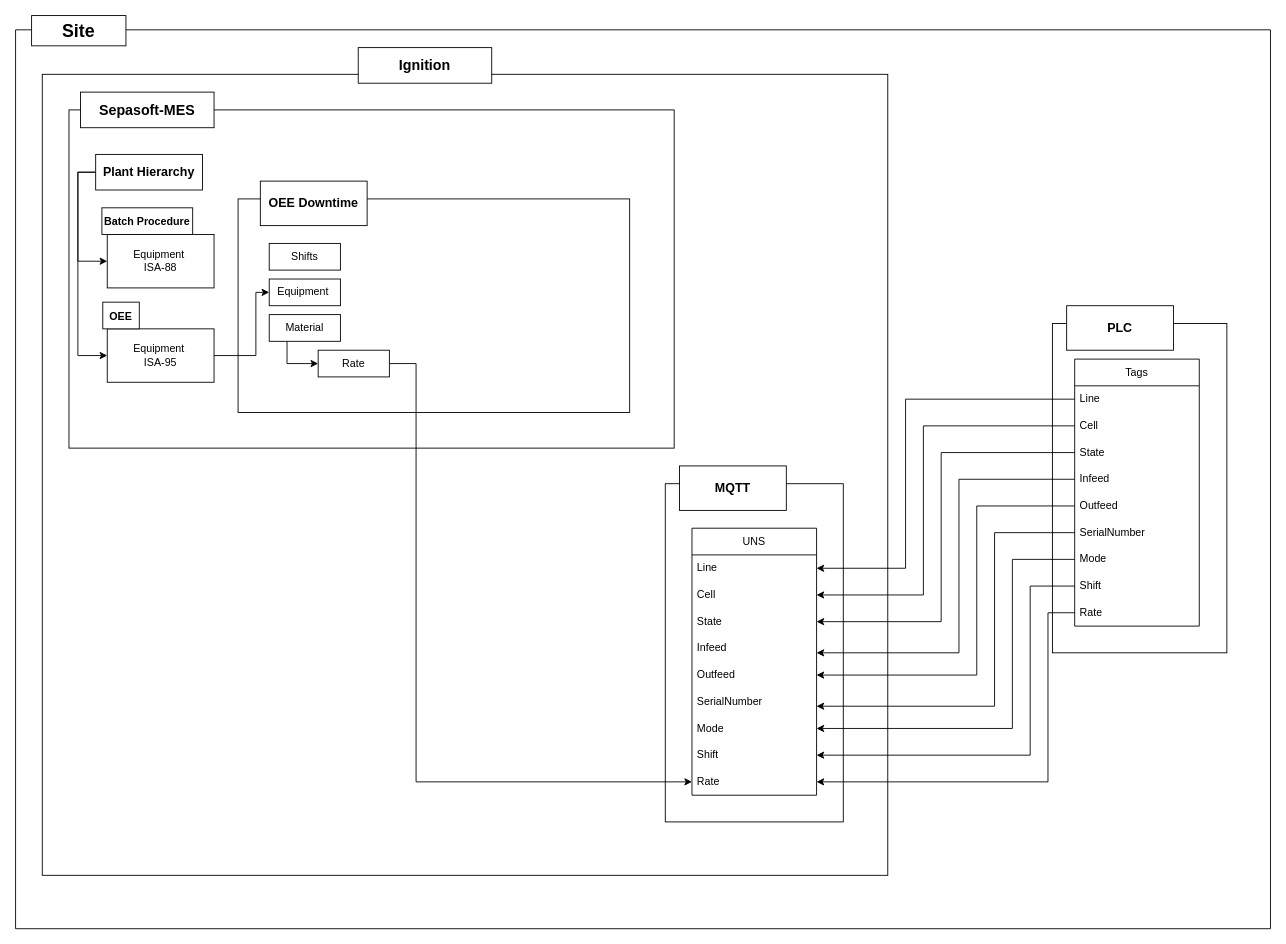
IlScottlI/docs keeps this draw.io diagram as page "OEE Data Flow - MQTT" (1 of 3) of OEE Data Flow.drawio. Above is the earlier version. Source tidied: cells renumbered, new cells numbered last; positions are measured from the earlier drawing's top-left corner, leaving out a move shared by most shapes. Both pictures are drawn from the tidied source at 89%, with x=0, y=0 at pixel (15, 15).
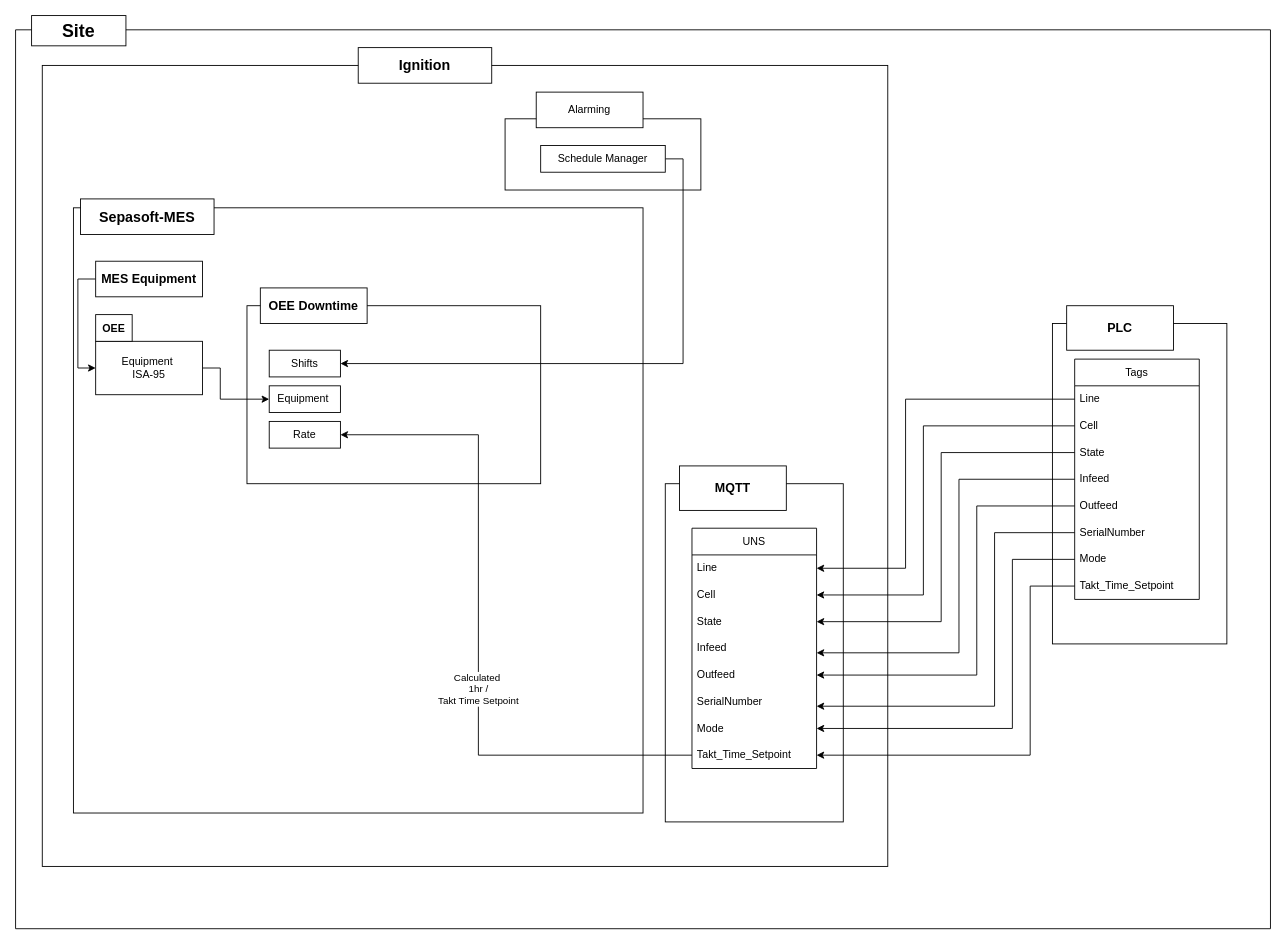
After the change.

The change refers to these unchanged cells:
```xml
<mxCell id="2" style="swimlane;startSize=0;" parent="1" vertex="1">
  <mxGeometry y="16" width="1410" height="1010" as="geometry" />
</mxCell>
```

Diff of the diagram source:
```diff
@@
     <mxCell id="3" style="rounded=0;whiteSpace=wrap;html=1;" parent="2" vertex="1">
-      <mxGeometry x="30" y="50" width="950" height="900" as="geometry" />
+      <mxGeometry x="30" y="40" width="950" height="900" as="geometry" />
     </mxCell>
     <mxCell id="4" style="rounded=0;whiteSpace=wrap;html=1;" parent="2" vertex="1">
-      <mxGeometry x="60" y="90" width="680" height="380" as="geometry" />
+      <mxGeometry x="65" y="200" width="640" height="680" as="geometry" />
     </mxCell>
     <mxCell id="5" value="Sepasoft-MES" style="rounded=0;whiteSpace=wrap;html=1;fontStyle=1;fontSize=16;" parent="2" vertex="1">
-      <mxGeometry x="73" y="70" width="150" height="40" as="geometry" />
+      <mxGeometry x="73" y="190" width="150" height="40" as="geometry" />
     </mxCell>
     <mxCell id="6" style="rounded=0;whiteSpace=wrap;html=1;" parent="2" vertex="1">
-      <mxGeometry x="250" y="190" width="440" height="240" as="geometry" />
+      <mxGeometry x="260" y="310" width="330" height="200" as="geometry" />
     </mxCell>
-    <mxCell id="7" value="&lt;font style=&quot;font-size: 12px;&quot;&gt;Batch Procedure&lt;/font&gt;" style="rounded=0;whiteSpace=wrap;html=1;fontStyle=1;fontSize=14;" parent="2" vertex="1">
-      <mxGeometry x="97" y="200" width="102" height="30" as="geometry" />
-    </mxCell>
@@
-    <mxCell id="9" style="edgeStyle=orthogonalEdgeStyle;rounded=0;jettySize=auto;html=1;exitX=0;exitY=0.5;exitDx=0;exitDy=0;entryX=0;entryY=0.5;entryDx=0;entryDy=0;" parent="2" edge="1" source="11" target="16">
-      <mxGeometry relative="1" as="geometry" />
-    </mxCell>
@@
-    <mxCell id="11" value="Plant Hierarchy" style="rounded=0;whiteSpace=wrap;html=1;fontStyle=1;fontSize=14;" parent="2" vertex="1">
-      <mxGeometry x="90" y="140" width="120" height="40" as="geometry" />
+    <mxCell id="11" value="MES Equipment" style="rounded=0;whiteSpace=wrap;html=1;fontStyle=1;fontSize=14;" parent="2" vertex="1">
+      <mxGeometry x="90" y="260" width="120" height="40" as="geometry" />
     </mxCell>
-    <mxCell id="12" style="edgeStyle=orthogonalEdgeStyle;rounded=0;jettySize=auto;html=1;exitX=0.25;exitY=1;exitDx=0;exitDy=0;entryX=0;entryY=0.5;entryDx=0;entryDy=0;" parent="2" edge="1" source="13" target="51">
-      <mxGeometry relative="1" as="geometry" />
-    </mxCell>
-    <mxCell id="13" value="Material" style="rounded=0;whiteSpace=wrap;html=1;" parent="2" vertex="1">
-      <mxGeometry x="285" y="320" width="80" height="30" as="geometry" />
-    </mxCell>
     <mxCell id="14" style="edgeStyle=orthogonalEdgeStyle;rounded=0;jettySize=auto;html=1;exitX=1;exitY=0.5;exitDx=0;exitDy=0;entryX=0;entryY=0.5;entryDx=0;entryDy=0;" parent="2" edge="1" source="15" target="18">
       <mxGeometry relative="1" as="geometry">
         <Array as="points">
-          <mxPoint x="270" y="366" />
-          <mxPoint x="270" y="295" />
+          <mxPoint x="230" y="380" />
+          <mxPoint x="230" y="415" />
         </Array>
       </mxGeometry>
     </mxCell>
     <mxCell id="15" value="Equipment&amp;nbsp;&lt;br&gt;ISA-95" style="rounded=0;whiteSpace=wrap;html=1;" parent="2" vertex="1">
-      <mxGeometry x="103" y="336" width="120" height="60" as="geometry" />
+      <mxGeometry x="90" y="350" width="120" height="60" as="geometry" />
     </mxCell>
-    <mxCell id="16" value="Equipment&amp;nbsp;&lt;br&gt;ISA-88" style="rounded=0;whiteSpace=wrap;html=1;" parent="2" vertex="1">
-      <mxGeometry x="103" y="230" width="120" height="60" as="geometry" />
-    </mxCell>
     <mxCell id="17" value="&lt;font style=&quot;font-size: 12px;&quot;&gt;OEE&lt;/font&gt;" style="rounded=0;whiteSpace=wrap;html=1;fontStyle=1;fontSize=14;" parent="2" vertex="1">
-      <mxGeometry x="98" y="306" width="41" height="30" as="geometry" />
+      <mxGeometry x="90" y="320" width="41" height="30" as="geometry" />
     </mxCell>
     <mxCell id="18" value="Equipment&amp;nbsp;" style="rounded=0;whiteSpace=wrap;html=1;" parent="2" vertex="1">
-      <mxGeometry x="285" y="280" width="80" height="30" as="geometry" />
+      <mxGeometry x="285" y="400" width="80" height="30" as="geometry" />
     </mxCell>
     <mxCell id="19" value="Shifts" style="rounded=0;whiteSpace=wrap;html=1;" parent="2" vertex="1">
-      <mxGeometry x="285" y="240" width="80" height="30" as="geometry" />
+      <mxGeometry x="285" y="360" width="80" height="30" as="geometry" />
     </mxCell>
     <mxCell id="20" value="OEE Downtime" style="rounded=0;whiteSpace=wrap;html=1;fontSize=14;fontStyle=1;" parent="2" vertex="1">
-      <mxGeometry x="275" y="170" width="120" height="50" as="geometry" />
+      <mxGeometry x="275" y="290" width="120" height="40" as="geometry" />
     </mxCell>
     <mxCell id="21" style="rounded=0;whiteSpace=wrap;html=1;" parent="2" vertex="1">
-      <mxGeometry x="1165" y="330" width="196" height="370" as="geometry" />
+      <mxGeometry x="1165" y="330" width="196" height="360" as="geometry" />
     </mxCell>
@@
     <mxCell id="24" value="UNS" style="swimlane;fontStyle=0;horizontal=1;startSize=30;whiteSpace=wrap;html=1;" parent="2" vertex="1">
-      <mxGeometry x="760" y="560" width="140" height="300" as="geometry" />
+      <mxGeometry x="760" y="560" width="140" height="270" as="geometry" />
     </mxCell>
@@
-    <mxCell id="32" value="Shift" style="text;strokeColor=none;fillColor=none;align=left;verticalAlign=middle;spacingLeft=4;spacingRight=4;overflow=hidden;points=[[0,0.5],[1,0.5]];portConstraint=eastwest;whiteSpace=wrap;html=1;" parent="24" vertex="1">
-      <mxGeometry y="240" width="140" height="30" as="geometry" />
-    </mxCell>
-    <mxCell id="33" value="Rate" style="text;strokeColor=none;fillColor=none;align=left;verticalAlign=middle;spacingLeft=4;spacingRight=4;overflow=hidden;points=[[0,0.5],[1,0.5]];portConstraint=eastwest;whiteSpace=wrap;html=1;" parent="24" vertex="1">
-      <mxGeometry y="270" width="140" height="30" as="geometry" />
+    <mxCell id="33" value="Takt_Time_Setpoint" style="text;strokeColor=none;fillColor=none;align=left;verticalAlign=middle;spacingLeft=4;spacingRight=4;overflow=hidden;points=[[0,0.5],[1,0.5]];portConstraint=eastwest;whiteSpace=wrap;html=1;" parent="24" vertex="1">
+      <mxGeometry y="240" width="140" height="30" as="geometry" />
     </mxCell>
     <mxCell id="34" value="Tags" style="swimlane;fontStyle=0;horizontal=1;startSize=30;whiteSpace=wrap;html=1;" parent="2" vertex="1">
-      <mxGeometry x="1190" y="370" width="140" height="300" as="geometry" />
+      <mxGeometry x="1190" y="370" width="140" height="270" as="geometry" />
     </mxCell>
@@
-    <mxCell id="43" value="Shift" style="text;strokeColor=none;fillColor=none;align=left;verticalAlign=middle;spacingLeft=4;spacingRight=4;overflow=hidden;points=[[0,0.5],[1,0.5]];portConstraint=eastwest;whiteSpace=wrap;html=1;" parent="34" vertex="1">
-      <mxGeometry y="240" width="140" height="30" as="geometry" />
-    </mxCell>
-    <mxCell id="44" value="Rate" style="text;strokeColor=none;fillColor=none;align=left;verticalAlign=middle;spacingLeft=4;spacingRight=4;overflow=hidden;points=[[0,0.5],[1,0.5]];portConstraint=eastwest;whiteSpace=wrap;html=1;" parent="34" vertex="1">
-      <mxGeometry y="270" width="140" height="30" as="geometry" />
+    <mxCell id="44" value="Takt_Time_Setpoint" style="text;strokeColor=none;fillColor=none;align=left;verticalAlign=middle;spacingLeft=4;spacingRight=4;overflow=hidden;points=[[0,0.5],[1,0.5]];portConstraint=eastwest;whiteSpace=wrap;html=1;" parent="34" vertex="1">
+      <mxGeometry y="240" width="140" height="30" as="geometry" />
     </mxCell>
@@
-    <mxCell id="50" style="edgeStyle=orthogonalEdgeStyle;rounded=0;jettySize=auto;html=1;exitX=1;exitY=0.5;exitDx=0;exitDy=0;entryX=0;entryY=0.5;entryDx=0;entryDy=0;" parent="2" edge="1" source="51" target="33">
-      <mxGeometry relative="1" as="geometry">
-        <Array as="points">
-          <mxPoint x="450" y="375" />
-          <mxPoint x="450" y="845" />
-        </Array>
-      </mxGeometry>
-    </mxCell>
     <mxCell id="51" value="Rate" style="rounded=0;whiteSpace=wrap;html=1;" parent="2" vertex="1">
-      <mxGeometry x="340" y="360" width="80" height="30" as="geometry" />
+      <mxGeometry x="285" y="440" width="80" height="30" as="geometry" />
     </mxCell>
@@
-    <mxCell id="53" style="edgeStyle=orthogonalEdgeStyle;rounded=0;jettySize=auto;html=1;exitX=0;exitY=0.5;exitDx=0;exitDy=0;entryX=1;entryY=0.5;entryDx=0;entryDy=0;" parent="2" edge="1" source="43" target="32">
+    <mxCell id="53" style="edgeStyle=orthogonalEdgeStyle;rounded=0;orthogonalLoop=1;jettySize=auto;html=1;exitX=0;exitY=0.5;exitDx=0;exitDy=0;entryX=1;entryY=0.5;entryDx=0;entryDy=0;" parent="2" edge="1">
       <mxGeometry relative="1" as="geometry">
+        <mxPoint x="1190" y="625" as="sourcePoint" />
+        <mxPoint x="900" y="815" as="targetPoint" />
         <Array as="points">
           <mxPoint x="1140" y="625" />
           <mxPoint x="1140" y="815" />
         </Array>
       </mxGeometry>
     </mxCell>
-    <mxCell id="54" style="edgeStyle=orthogonalEdgeStyle;rounded=0;jettySize=auto;html=1;exitX=0;exitY=0.5;exitDx=0;exitDy=0;entryX=1;entryY=0.5;entryDx=0;entryDy=0;" parent="2" edge="1" source="44" target="33">
-      <mxGeometry relative="1" as="geometry">
-        <Array as="points">
-          <mxPoint x="1160" y="655" />
-          <mxPoint x="1160" y="845" />
-        </Array>
-      </mxGeometry>
-    </mxCell>
+    <mxCell id="57" style="rounded=0;whiteSpace=wrap;html=1;" parent="2" vertex="1">
+      <mxGeometry x="550" y="100" width="220" height="80" as="geometry" />
+    </mxCell>
+    <mxCell id="58" style="edgeStyle=orthogonalEdgeStyle;rounded=0;jettySize=auto;html=1;exitX=1;exitY=0.5;exitDx=0;exitDy=0;entryX=1;entryY=0.5;entryDx=0;entryDy=0;" parent="2" edge="1" source="59" target="19">
+      <mxGeometry relative="1" as="geometry" />
+    </mxCell>
+    <mxCell id="59" value="Schedule Manager" style="rounded=0;whiteSpace=wrap;html=1;" parent="2" vertex="1">
+      <mxGeometry x="590" y="130" width="140" height="30" as="geometry" />
+    </mxCell>
+    <mxCell id="60" style="edgeStyle=orthogonalEdgeStyle;rounded=0;jettySize=auto;html=1;exitX=0;exitY=0.5;exitDx=0;exitDy=0;entryX=1;entryY=0.5;entryDx=0;entryDy=0;" parent="2" edge="1" source="33" target="51">
+      <mxGeometry relative="1" as="geometry">
+        <Array as="points">
+          <mxPoint x="520" y="815" />
+          <mxPoint x="520" y="455" />
+        </Array>
+      </mxGeometry>
+    </mxCell>
+    <mxCell id="61" value="Calculated&amp;nbsp;&lt;br&gt;1hr / &lt;br&gt;Takt Time Setpoint" style="edgeLabel;html=1;align=center;verticalAlign=middle;" parent="60" vertex="1">
+      <mxGeometry x="-0.56" y="-3" relative="1" as="geometry">
+        <mxPoint x="-75" y="-72" as="offset" />
+      </mxGeometry>
+    </mxCell>
@@
+    <mxCell id="62" value="Alarming" style="rounded=0;whiteSpace=wrap;html=1;" parent="1" vertex="1">
+      <mxGeometry x="585" y="86" width="120" height="40" as="geometry" />
+    </mxCell>
```
